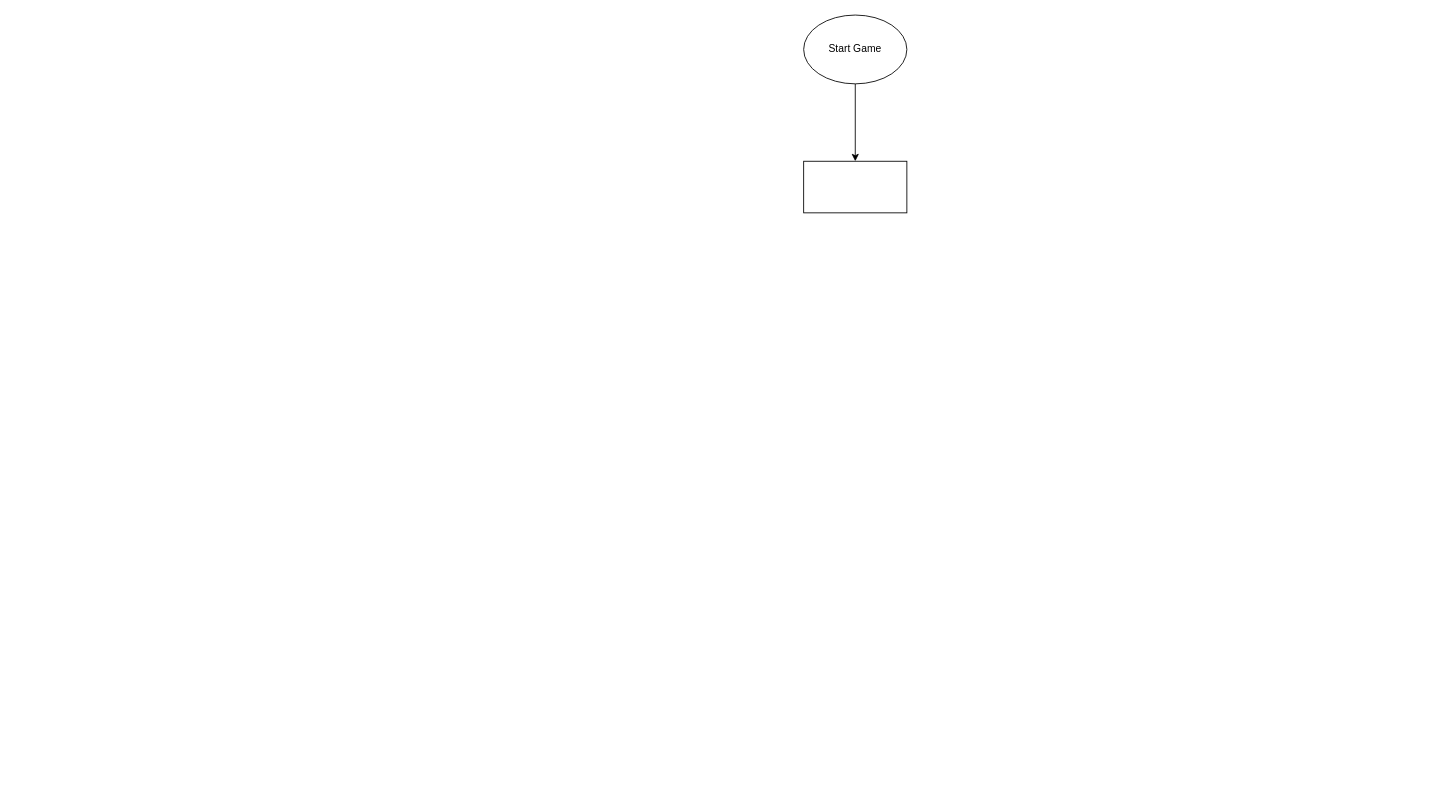
This is CardGame.drawio from heroassem/my_algo, a draw.io file, before an edit. Source tidied: cells renumbered, new cells numbered last; positions are measured from the earlier drawing's top-left corner, leaving out a move shared by most shapes. Both pictures are drawn from the tidied source at 86%, with x=0, y=0 at pixel (803, 15).
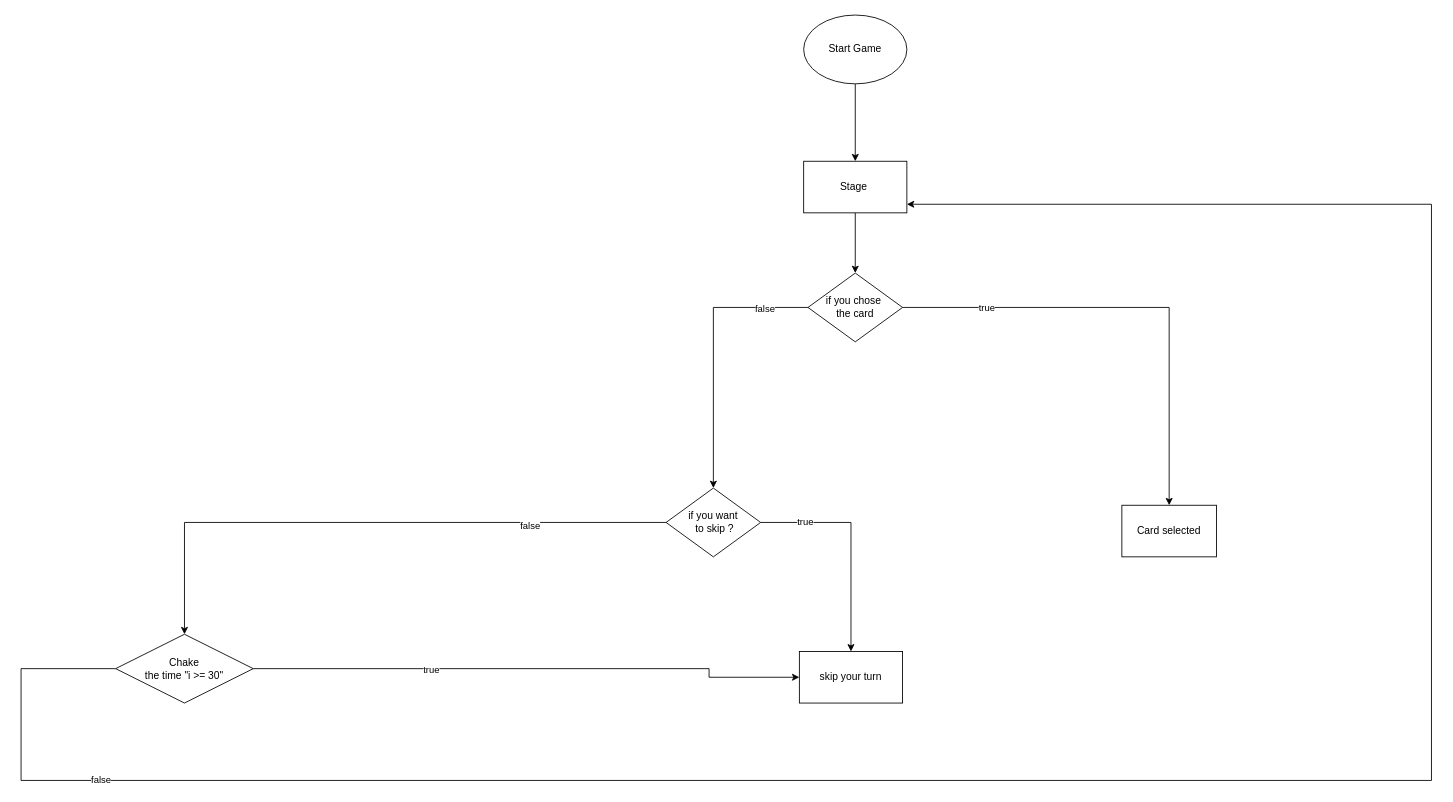
The same page after the edit.

Change to the diagram source:
```diff
@@
+    <mxCell id="5" style="edgeStyle=orthogonalEdgeStyle;rounded=0;jettySize=auto;html=1;" parent="1" edge="1" source="4" target="10">
+      <mxGeometry relative="1" as="geometry" />
+    </mxCell>
-    <mxCell id="4" style="whiteSpace=wrap;html=1;" parent="1" vertex="1">
+    <mxCell id="4" value="Stage&amp;nbsp;" style="whiteSpace=wrap;html=1;" parent="1" vertex="1">
       <mxGeometry y="170" width="120" height="60" as="geometry" />
     </mxCell>
+    <mxCell id="6" style="edgeStyle=orthogonalEdgeStyle;rounded=0;jettySize=auto;html=1;" parent="1" edge="1" source="10" target="11">
+      <mxGeometry relative="1" as="geometry" />
+    </mxCell>
+    <mxCell id="7" value="true" style="edgeLabel;html=1;align=center;verticalAlign=middle;" parent="6" vertex="1">
+      <mxGeometry x="-0.64" relative="1" as="geometry" />
+    </mxCell>
+    <mxCell id="8" style="edgeStyle=orthogonalEdgeStyle;rounded=0;jettySize=auto;html=1;" parent="1" edge="1" source="10" target="16">
+      <mxGeometry relative="1" as="geometry" />
+    </mxCell>
+    <mxCell id="9" value="false" style="edgeLabel;html=1;align=center;verticalAlign=middle;" parent="8" vertex="1">
+      <mxGeometry x="-0.68" y="1" relative="1" as="geometry" />
+    </mxCell>
+    <mxCell id="10" value="if you chose&amp;nbsp;&lt;div&gt;the card&lt;/div&gt;" style="rhombus;whiteSpace=wrap;html=1;" parent="1" vertex="1">
+      <mxGeometry x="5" y="300" width="110" height="80" as="geometry" />
+    </mxCell>
+    <mxCell id="11" value="Card selected" style="whiteSpace=wrap;html=1;" parent="1" vertex="1">
+      <mxGeometry x="370" y="570" width="110" height="60" as="geometry" />
+    </mxCell>
+    <mxCell id="12" style="edgeStyle=orthogonalEdgeStyle;rounded=0;jettySize=auto;html=1;" parent="1" edge="1" source="16" target="17">
+      <mxGeometry relative="1" as="geometry" />
+    </mxCell>
+    <mxCell id="13" value="true" style="edgeLabel;html=1;align=center;verticalAlign=middle;" parent="12" vertex="1">
+      <mxGeometry x="-0.6" y="2" relative="1" as="geometry" />
+    </mxCell>
+    <mxCell id="14" style="edgeStyle=orthogonalEdgeStyle;rounded=0;jettySize=auto;html=1;" parent="1" edge="1" source="16" target="22">
+      <mxGeometry relative="1" as="geometry" />
+    </mxCell>
+    <mxCell id="15" value="false" style="edgeLabel;html=1;align=center;verticalAlign=middle;" parent="14" vertex="1">
+      <mxGeometry x="-0.54" y="3" relative="1" as="geometry" />
+    </mxCell>
+    <mxCell id="16" value="if you want&lt;div&gt;&amp;nbsp;to skip ?&lt;/div&gt;" style="rhombus;whiteSpace=wrap;html=1;" parent="1" vertex="1">
+      <mxGeometry x="-160" y="550" width="110" height="80" as="geometry" />
+    </mxCell>
+    <mxCell id="17" value="skip your turn" style="whiteSpace=wrap;html=1;" parent="1" vertex="1">
+      <mxGeometry x="-5" y="740" width="120" height="60" as="geometry" />
+    </mxCell>
+    <mxCell id="18" style="edgeStyle=orthogonalEdgeStyle;rounded=0;jettySize=auto;html=1;" parent="1" edge="1" source="22" target="17">
+      <mxGeometry relative="1" as="geometry">
+        <Array as="points">
+          <mxPoint x="-110" y="760" />
+          <mxPoint x="-110" y="770" />
+        </Array>
+      </mxGeometry>
+    </mxCell>
+    <mxCell id="19" value="true" style="edgeLabel;html=1;align=center;verticalAlign=middle;" parent="18" vertex="1">
+      <mxGeometry x="-0.36" y="-1" relative="1" as="geometry" />
+    </mxCell>
+    <mxCell id="20" style="edgeStyle=orthogonalEdgeStyle;rounded=0;jettySize=auto;html=1;" parent="1" edge="1" source="22" target="4">
+      <mxGeometry relative="1" as="geometry">
+        <Array as="points">
+          <mxPoint x="-910" y="760" />
+          <mxPoint x="-910" y="890" />
+          <mxPoint x="730" y="890" />
+          <mxPoint x="730" y="220" />
+        </Array>
+      </mxGeometry>
+    </mxCell>
+    <mxCell id="21" value="false" style="edgeLabel;html=1;align=center;verticalAlign=middle;" parent="20" vertex="1">
+      <mxGeometry x="-0.79" y="2" relative="1" as="geometry" />
+    </mxCell>
+    <mxCell id="22" value="Chake&lt;div&gt;the time &quot;i &amp;gt;= 30&quot;&lt;/div&gt;" style="rhombus;whiteSpace=wrap;html=1;" parent="1" vertex="1">
+      <mxGeometry x="-800" y="720" width="160" height="80" as="geometry" />
+    </mxCell>
```
